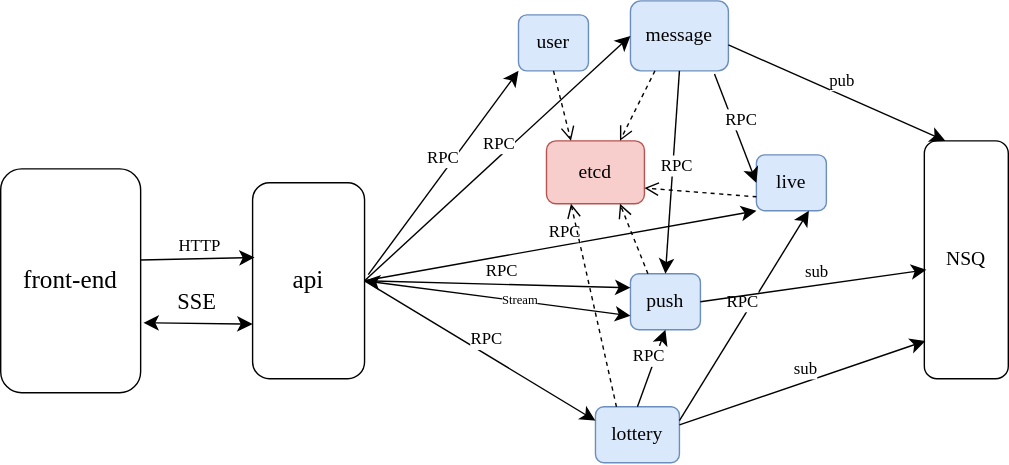
Earlier version of the draw.io export static/images/service_relations.svg (jizizr/goligoli). Source tidied: cells renumbered, new cells last; positions are measured from the earlier drawing's top-left corner, leaving out a move shared by most shapes. Source of this version:
```xml
<mxGraphModel>
  <root>
    <mxCell id="0" />
    <mxCell id="1" parent="0" />
    <mxCell id="2" value="&lt;font style=&quot;font-size: 18px;&quot; face=&quot;Comic Sans MS&quot;&gt;front-end&lt;/font&gt;" style="rounded=1;whiteSpace=wrap;html=1;" parent="1" vertex="1">
      <mxGeometry y="120" width="100" height="160" as="geometry" />
    </mxCell>
    <mxCell id="3" value="&lt;font style=&quot;font-size: 18px;&quot; face=&quot;Comic Sans MS&quot;&gt;api&lt;/font&gt;" style="rounded=1;whiteSpace=wrap;html=1;" parent="1" vertex="1">
      <mxGeometry x="180" y="130" width="80" height="140" as="geometry" />
    </mxCell>
    <mxCell id="4" style="endArrow=classic;html=1;rounded=0;fontSize=12;startSize=8;endSize=8;curved=1;entryX=0.018;entryY=0.381;entryDx=0;entryDy=0;entryPerimeter=0;exitX=1.001;exitY=0.407;exitDx=0;exitDy=0;exitPerimeter=0;" parent="1" edge="1" source="2" target="3">
      <mxGeometry relative="1" as="geometry" />
    </mxCell>
    <mxCell id="5" value="&lt;font face=&quot;Comic Sans MS&quot;&gt;HTTP&lt;/font&gt;" style="edgeLabel;html=1;align=center;verticalAlign=middle;fontSize=12;" parent="4" vertex="1">
      <mxGeometry x="0.03" y="3" relative="1" as="geometry">
        <mxPoint y="-7" as="offset" />
      </mxGeometry>
    </mxCell>
    <mxCell id="6" style="endArrow=classic;html=1;rounded=0;fontSize=12;startSize=8;endSize=8;curved=1;entryX=0;entryY=1;entryDx=0;entryDy=0;exitX=1.033;exitY=0.469;exitDx=0;exitDy=0;exitPerimeter=0;" parent="1" edge="1" source="3" target="10">
      <mxGeometry relative="1" as="geometry" />
    </mxCell>
    <mxCell id="7" value="&lt;font face=&quot;Comic Sans MS&quot;&gt;RPC&lt;/font&gt;" style="edgeLabel;html=1;align=center;verticalAlign=middle;fontSize=12;" parent="6" vertex="1">
      <mxGeometry x="0.03" y="3" relative="1" as="geometry">
        <mxPoint y="-7" as="offset" />
      </mxGeometry>
    </mxCell>
    <mxCell id="8" style="endArrow=classic;startArrow=classic;html=1;rounded=0;fontSize=12;startSize=8;endSize=8;curved=1;exitX=1.009;exitY=0.669;exitDx=0;exitDy=0;exitPerimeter=0;entryX=-0.009;entryY=0.675;entryDx=0;entryDy=0;entryPerimeter=0;" parent="1" edge="1">
      <mxGeometry relative="1" as="geometry">
        <mxPoint x="102" y="230" as="sourcePoint" />
        <mxPoint x="180" y="231" as="targetPoint" />
      </mxGeometry>
    </mxCell>
    <mxCell id="9" value="&lt;font face=&quot;Comic Sans MS&quot;&gt;SSE&lt;/font&gt;" style="text;html=1;align=center;verticalAlign=middle;strokeColor=none;fillColor=none;fontSize=16;" parent="1" vertex="1">
      <mxGeometry x="110" y="200" width="60" height="30" as="geometry" />
    </mxCell>
    <mxCell id="10" value="&lt;font style=&quot;font-size: 14px;&quot; face=&quot;Comic Sans MS&quot;&gt;user&lt;/font&gt;" style="rounded=1;whiteSpace=wrap;html=1;fillColor=#dae8fc;strokeColor=#6c8ebf;" parent="1" vertex="1">
      <mxGeometry x="370" y="10" width="50" height="40" as="geometry" />
    </mxCell>
    <mxCell id="11" value="&lt;font style=&quot;font-size: 14px;&quot; face=&quot;Comic Sans MS&quot;&gt;live&lt;/font&gt;" style="rounded=1;whiteSpace=wrap;html=1;fillColor=#dae8fc;strokeColor=#6c8ebf;" parent="1" vertex="1">
      <mxGeometry x="540" y="110" width="50" height="40" as="geometry" />
    </mxCell>
    <mxCell id="12" value="&lt;font style=&quot;font-size: 14px;&quot; face=&quot;Comic Sans MS&quot;&gt;message&lt;/font&gt;" style="rounded=1;whiteSpace=wrap;html=1;fillColor=#dae8fc;strokeColor=#6c8ebf;" parent="1" vertex="1">
      <mxGeometry x="450" width="70" height="50" as="geometry" />
    </mxCell>
    <mxCell id="13" value="&lt;font style=&quot;font-size: 14px;&quot; face=&quot;Comic Sans MS&quot;&gt;push&lt;/font&gt;" style="rounded=1;whiteSpace=wrap;html=1;fillColor=#dae8fc;strokeColor=#6c8ebf;" parent="1" vertex="1">
      <mxGeometry x="450" y="195" width="50" height="40" as="geometry" />
    </mxCell>
    <mxCell id="14" value="&lt;font style=&quot;font-size: 14px;&quot; face=&quot;Comic Sans MS&quot;&gt;lottery&lt;/font&gt;" style="rounded=1;whiteSpace=wrap;html=1;fillColor=#dae8fc;strokeColor=#6c8ebf;" parent="1" vertex="1">
      <mxGeometry x="425" y="290" width="60" height="40" as="geometry" />
    </mxCell>
    <mxCell id="15" style="endArrow=classic;html=1;rounded=0;fontSize=12;startSize=8;endSize=8;curved=1;entryX=0;entryY=0.5;entryDx=0;entryDy=0;exitX=1;exitY=0.5;exitDx=0;exitDy=0;" parent="1" edge="1" source="3" target="12">
      <mxGeometry relative="1" as="geometry" />
    </mxCell>
    <mxCell id="16" value="&lt;font face=&quot;Comic Sans MS&quot;&gt;RPC&lt;/font&gt;" style="edgeLabel;html=1;align=center;verticalAlign=middle;fontSize=12;" parent="15" vertex="1">
      <mxGeometry x="0.03" y="3" relative="1" as="geometry">
        <mxPoint y="-7" as="offset" />
      </mxGeometry>
    </mxCell>
    <mxCell id="17" style="endArrow=classic;html=1;rounded=0;fontSize=12;startSize=8;endSize=8;curved=1;entryX=0;entryY=1;entryDx=0;entryDy=0;" parent="1" edge="1" target="11">
      <mxGeometry relative="1" as="geometry">
        <mxPoint x="260" y="200" as="sourcePoint" />
      </mxGeometry>
    </mxCell>
    <mxCell id="18" value="&lt;font face=&quot;Comic Sans MS&quot;&gt;RPC&lt;/font&gt;" style="edgeLabel;html=1;align=center;verticalAlign=middle;fontSize=12;" parent="17" vertex="1">
      <mxGeometry x="0.03" y="3" relative="1" as="geometry">
        <mxPoint y="-7" as="offset" />
      </mxGeometry>
    </mxCell>
    <mxCell id="19" style="endArrow=classic;html=1;rounded=0;fontSize=12;startSize=8;endSize=8;curved=1;entryX=0;entryY=0.25;entryDx=0;entryDy=0;exitX=1;exitY=0.5;exitDx=0;exitDy=0;" parent="1" edge="1" source="3" target="13">
      <mxGeometry relative="1" as="geometry" />
    </mxCell>
    <mxCell id="20" value="&lt;font face=&quot;Comic Sans MS&quot;&gt;RPC&lt;/font&gt;" style="edgeLabel;html=1;align=center;verticalAlign=middle;fontSize=12;" parent="19" vertex="1">
      <mxGeometry x="0.03" y="3" relative="1" as="geometry">
        <mxPoint y="-7" as="offset" />
      </mxGeometry>
    </mxCell>
    <mxCell id="21" style="endArrow=classic;html=1;rounded=0;fontSize=12;startSize=8;endSize=8;curved=1;entryX=0;entryY=0.25;entryDx=0;entryDy=0;exitX=1;exitY=0.5;exitDx=0;exitDy=0;" parent="1" edge="1" source="3" target="14">
      <mxGeometry relative="1" as="geometry" />
    </mxCell>
    <mxCell id="22" value="&lt;font face=&quot;Comic Sans MS&quot;&gt;RPC&lt;/font&gt;" style="edgeLabel;html=1;align=center;verticalAlign=middle;fontSize=12;" parent="21" vertex="1">
      <mxGeometry x="0.03" y="3" relative="1" as="geometry">
        <mxPoint y="-7" as="offset" />
      </mxGeometry>
    </mxCell>
    <mxCell id="23" style="endArrow=classic;startArrow=classic;html=1;rounded=0;fontSize=12;startSize=8;endSize=8;curved=1;exitX=1;exitY=0.5;exitDx=0;exitDy=0;entryX=0;entryY=0.75;entryDx=0;entryDy=0;" parent="1" edge="1" source="3" target="13">
      <mxGeometry relative="1" as="geometry" />
    </mxCell>
    <mxCell id="24" value="&lt;font style=&quot;font-size: 9px;&quot; face=&quot;Comic Sans MS&quot;&gt;Stream&lt;/font&gt;" style="edgeLabel;html=1;align=center;verticalAlign=middle;fontSize=12;" parent="23" vertex="1">
      <mxGeometry x="0.3" y="2" relative="1" as="geometry">
        <mxPoint x="-12" y="-2" as="offset" />
      </mxGeometry>
    </mxCell>
    <mxCell id="25" style="endArrow=classic;html=1;rounded=0;fontSize=12;startSize=8;endSize=8;curved=1;entryX=0;entryY=0.5;entryDx=0;entryDy=0;exitX=0.858;exitY=1.044;exitDx=0;exitDy=0;exitPerimeter=0;" parent="1" edge="1" source="12" target="11">
      <mxGeometry relative="1" as="geometry" />
    </mxCell>
    <mxCell id="26" value="&lt;font face=&quot;Comic Sans MS&quot;&gt;RPC&lt;/font&gt;" style="edgeLabel;html=1;align=center;verticalAlign=middle;fontSize=12;" parent="25" vertex="1">
      <mxGeometry x="0.03" y="3" relative="1" as="geometry">
        <mxPoint y="-7" as="offset" />
      </mxGeometry>
    </mxCell>
    <mxCell id="27" style="endArrow=classic;html=1;rounded=0;fontSize=12;startSize=8;endSize=8;curved=1;entryX=0.75;entryY=1;entryDx=0;entryDy=0;exitX=1;exitY=0.25;exitDx=0;exitDy=0;" parent="1" edge="1" source="14" target="11">
      <mxGeometry relative="1" as="geometry" />
    </mxCell>
    <mxCell id="28" value="&lt;font face=&quot;Comic Sans MS&quot;&gt;RPC&lt;/font&gt;" style="edgeLabel;html=1;align=center;verticalAlign=middle;fontSize=12;" parent="27" vertex="1">
      <mxGeometry x="0.03" y="3" relative="1" as="geometry">
        <mxPoint y="-7" as="offset" />
      </mxGeometry>
    </mxCell>
    <mxCell id="29" style="endArrow=classic;html=1;rounded=0;fontSize=12;startSize=8;endSize=8;curved=1;entryX=0.5;entryY=0;entryDx=0;entryDy=0;exitX=0.5;exitY=1;exitDx=0;exitDy=0;" parent="1" edge="1" source="12" target="13">
      <mxGeometry relative="1" as="geometry" />
    </mxCell>
    <mxCell id="30" value="&lt;font face=&quot;Comic Sans MS&quot;&gt;RPC&lt;/font&gt;" style="edgeLabel;html=1;align=center;verticalAlign=middle;fontSize=12;" parent="29" vertex="1">
      <mxGeometry x="0.03" y="3" relative="1" as="geometry">
        <mxPoint y="-7" as="offset" />
      </mxGeometry>
    </mxCell>
    <mxCell id="31" style="endArrow=classic;html=1;rounded=0;fontSize=12;startSize=8;endSize=8;curved=1;entryX=0.5;entryY=1;entryDx=0;entryDy=0;exitX=0.5;exitY=0;exitDx=0;exitDy=0;" parent="1" edge="1" source="14" target="13">
      <mxGeometry relative="1" as="geometry" />
    </mxCell>
    <mxCell id="32" value="&lt;font face=&quot;Comic Sans MS&quot;&gt;RPC&lt;/font&gt;" style="edgeLabel;html=1;align=center;verticalAlign=middle;fontSize=12;" parent="31" vertex="1">
      <mxGeometry x="0.03" y="3" relative="1" as="geometry">
        <mxPoint y="-7" as="offset" />
      </mxGeometry>
    </mxCell>
    <mxCell id="33" value="&lt;font style=&quot;font-size: 14px;&quot; face=&quot;Comic Sans MS&quot;&gt;NSQ&lt;/font&gt;" style="rounded=1;whiteSpace=wrap;html=1;" parent="1" vertex="1">
      <mxGeometry x="660" y="100" width="60" height="170" as="geometry" />
    </mxCell>
    <mxCell id="34" value="&lt;font style=&quot;font-size: 14px;&quot; face=&quot;Comic Sans MS&quot;&gt;etcd&lt;/font&gt;" style="rounded=1;whiteSpace=wrap;html=1;fillColor=#f8cecc;strokeColor=#b85450;" parent="1" vertex="1">
      <mxGeometry x="390" y="100" width="70" height="45" as="geometry" />
    </mxCell>
    <mxCell id="35" style="edgeStyle=none;curved=1;rounded=0;orthogonalLoop=1;jettySize=auto;html=1;exitX=0.5;exitY=1;exitDx=0;exitDy=0;fontSize=12;startSize=8;endSize=8;" parent="1" edge="1" source="34" target="34">
      <mxGeometry relative="1" as="geometry" />
    </mxCell>
    <mxCell id="36" style="endArrow=open;html=1;rounded=0;fontSize=12;startSize=8;endSize=8;curved=1;entryX=0.25;entryY=0;entryDx=0;entryDy=0;dashed=1;exitX=0.5;exitY=1;exitDx=0;exitDy=0;endFill=0;" parent="1" edge="1" source="10" target="34">
      <mxGeometry relative="1" as="geometry" />
    </mxCell>
    <mxCell id="37" style="endArrow=open;html=1;rounded=0;fontSize=12;startSize=8;endSize=8;curved=1;entryX=0.75;entryY=0;entryDx=0;entryDy=0;dashed=1;exitX=0.25;exitY=1;exitDx=0;exitDy=0;endFill=0;" parent="1" edge="1" source="12" target="34">
      <mxGeometry relative="1" as="geometry" />
    </mxCell>
    <mxCell id="38" style="endArrow=open;html=1;rounded=0;fontSize=12;startSize=8;endSize=8;curved=1;entryX=1;entryY=0.75;entryDx=0;entryDy=0;dashed=1;exitX=0;exitY=0.75;exitDx=0;exitDy=0;endFill=0;" parent="1" edge="1" source="11" target="34">
      <mxGeometry relative="1" as="geometry" />
    </mxCell>
    <mxCell id="39" style="endArrow=open;html=1;rounded=0;fontSize=12;startSize=8;endSize=8;curved=1;entryX=0.75;entryY=1;entryDx=0;entryDy=0;dashed=1;exitX=0.25;exitY=0;exitDx=0;exitDy=0;endFill=0;" parent="1" edge="1" source="13" target="34">
      <mxGeometry relative="1" as="geometry" />
    </mxCell>
    <mxCell id="40" style="endArrow=open;html=1;rounded=0;fontSize=12;startSize=8;endSize=8;curved=1;entryX=0.25;entryY=1;entryDx=0;entryDy=0;dashed=1;exitX=0.25;exitY=0;exitDx=0;exitDy=0;endFill=0;" parent="1" edge="1" source="14" target="34">
      <mxGeometry relative="1" as="geometry" />
    </mxCell>
    <mxCell id="41" style="endArrow=classic;html=1;rounded=0;fontSize=12;startSize=8;endSize=8;curved=1;entryX=0.025;entryY=0.542;entryDx=0;entryDy=0;exitX=1;exitY=0.5;exitDx=0;exitDy=0;entryPerimeter=0;" parent="1" edge="1" source="13" target="33">
      <mxGeometry relative="1" as="geometry" />
    </mxCell>
    <mxCell id="42" value="&lt;font face=&quot;Comic Sans MS&quot;&gt;sub&lt;/font&gt;" style="edgeLabel;html=1;align=center;verticalAlign=middle;fontSize=12;" parent="41" vertex="1">
      <mxGeometry x="0.03" y="3" relative="1" as="geometry">
        <mxPoint y="-7" as="offset" />
      </mxGeometry>
    </mxCell>
    <mxCell id="43" style="endArrow=classic;html=1;rounded=0;fontSize=12;startSize=8;endSize=8;curved=1;entryX=0.013;entryY=0.841;entryDx=0;entryDy=0;exitX=1;exitY=0.5;exitDx=0;exitDy=0;entryPerimeter=0;" parent="1" edge="1" target="33">
      <mxGeometry relative="1" as="geometry">
        <mxPoint x="485" y="303" as="sourcePoint" />
      </mxGeometry>
    </mxCell>
    <mxCell id="44" value="&lt;font face=&quot;Comic Sans MS&quot;&gt;sub&lt;/font&gt;" style="edgeLabel;html=1;align=center;verticalAlign=middle;fontSize=12;" parent="43" vertex="1">
      <mxGeometry x="0.03" y="3" relative="1" as="geometry">
        <mxPoint y="-7" as="offset" />
      </mxGeometry>
    </mxCell>
    <mxCell id="45" style="endArrow=classic;html=1;rounded=0;fontSize=12;startSize=8;endSize=8;curved=1;entryX=0.25;entryY=0;entryDx=0;entryDy=0;exitX=1;exitY=0.5;exitDx=0;exitDy=0;" parent="1" edge="1" target="33">
      <mxGeometry relative="1" as="geometry">
        <mxPoint x="520" y="31.5" as="sourcePoint" />
      </mxGeometry>
    </mxCell>
    <mxCell id="46" value="&lt;font face=&quot;Comic Sans MS&quot;&gt;pub&lt;/font&gt;" style="edgeLabel;html=1;align=center;verticalAlign=middle;fontSize=12;" parent="45" vertex="1">
      <mxGeometry x="0.03" y="3" relative="1" as="geometry">
        <mxPoint y="-7" as="offset" />
      </mxGeometry>
    </mxCell>
  </root>
</mxGraphModel>
```
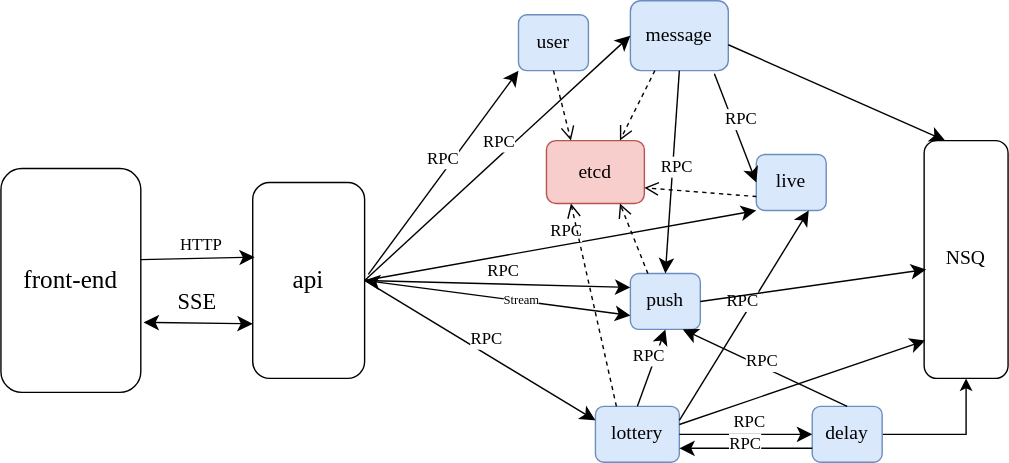
After the change.

Change to the diagram source:
```diff
@@ -149,30 +149,45 @@
     <mxCell id="41" style="endArrow=classic;html=1;rounded=0;fontSize=12;startSize=8;endSize=8;curved=1;entryX=0.025;entryY=0.542;entryDx=0;entryDy=0;exitX=1;exitY=0.5;exitDx=0;exitDy=0;entryPerimeter=0;" parent="1" edge="1" source="13" target="33">
       <mxGeometry relative="1" as="geometry" />
     </mxCell>
-    <mxCell id="42" value="&lt;font face=&quot;Comic Sans MS&quot;&gt;sub&lt;/font&gt;" style="edgeLabel;html=1;align=center;verticalAlign=middle;fontSize=12;" parent="41" vertex="1">
-      <mxGeometry x="0.03" y="3" relative="1" as="geometry">
-        <mxPoint y="-7" as="offset" />
-      </mxGeometry>
-    </mxCell>
     <mxCell id="43" style="endArrow=classic;html=1;rounded=0;fontSize=12;startSize=8;endSize=8;curved=1;entryX=0.013;entryY=0.841;entryDx=0;entryDy=0;exitX=1;exitY=0.5;exitDx=0;exitDy=0;entryPerimeter=0;" parent="1" edge="1" target="33">
       <mxGeometry relative="1" as="geometry">
         <mxPoint x="485" y="303" as="sourcePoint" />
       </mxGeometry>
     </mxCell>
-    <mxCell id="44" value="&lt;font face=&quot;Comic Sans MS&quot;&gt;sub&lt;/font&gt;" style="edgeLabel;html=1;align=center;verticalAlign=middle;fontSize=12;" parent="43" vertex="1">
-      <mxGeometry x="0.03" y="3" relative="1" as="geometry">
-        <mxPoint y="-7" as="offset" />
-      </mxGeometry>
-    </mxCell>
     <mxCell id="45" style="endArrow=classic;html=1;rounded=0;fontSize=12;startSize=8;endSize=8;curved=1;entryX=0.25;entryY=0;entryDx=0;entryDy=0;exitX=1;exitY=0.5;exitDx=0;exitDy=0;" parent="1" edge="1" target="33">
       <mxGeometry relative="1" as="geometry">
         <mxPoint x="520" y="31.5" as="sourcePoint" />
       </mxGeometry>
     </mxCell>
-    <mxCell id="46" value="&lt;font face=&quot;Comic Sans MS&quot;&gt;pub&lt;/font&gt;" style="edgeLabel;html=1;align=center;verticalAlign=middle;fontSize=12;" parent="45" vertex="1">
-      <mxGeometry x="0.03" y="3" relative="1" as="geometry">
-        <mxPoint y="-7" as="offset" />
-      </mxGeometry>
-    </mxCell>
+    <mxCell id="47" style="edgeStyle=orthogonalEdgeStyle;rounded=0;jettySize=auto;html=1;exitX=1;exitY=0.5;exitDx=0;exitDy=0;" parent="1" edge="1" source="48" target="33">
+      <mxGeometry relative="1" as="geometry" />
+    </mxCell>
+    <mxCell id="48" value="&lt;font style=&quot;font-size: 14px;&quot; face=&quot;Comic Sans MS&quot;&gt;delay&lt;/font&gt;" style="rounded=1;whiteSpace=wrap;html=1;fillColor=#dae8fc;strokeColor=#6c8ebf;" parent="1" vertex="1">
+      <mxGeometry x="580" y="290" width="50" height="40" as="geometry" />
+    </mxCell>
+    <mxCell id="49" style="endArrow=classic;html=1;rounded=0;fontSize=12;startSize=8;endSize=8;curved=1;entryX=0;entryY=0.5;entryDx=0;entryDy=0;exitX=1;exitY=0.5;exitDx=0;exitDy=0;" parent="1" edge="1" source="14" target="48">
+      <mxGeometry relative="1" as="geometry" />
+    </mxCell>
+    <mxCell id="50" value="&lt;font face=&quot;Comic Sans MS&quot;&gt;RPC&lt;/font&gt;" style="edgeLabel;html=1;align=center;verticalAlign=middle;fontSize=12;" parent="49" vertex="1">
+      <mxGeometry x="0.03" y="3" relative="1" as="geometry">
+        <mxPoint y="-7" as="offset" />
+      </mxGeometry>
+    </mxCell>
+    <mxCell id="51" style="endArrow=classic;html=1;rounded=0;fontSize=12;startSize=8;endSize=8;curved=1;entryX=1;entryY=0.75;entryDx=0;entryDy=0;exitX=0;exitY=0.75;exitDx=0;exitDy=0;" parent="1" edge="1" source="48" target="14">
+      <mxGeometry relative="1" as="geometry" />
+    </mxCell>
+    <mxCell id="52" value="&lt;font face=&quot;Comic Sans MS&quot;&gt;RPC&lt;/font&gt;" style="edgeLabel;html=1;align=center;verticalAlign=middle;fontSize=12;" parent="51" vertex="1">
+      <mxGeometry x="0.03" y="3" relative="1" as="geometry">
+        <mxPoint y="-7" as="offset" />
+      </mxGeometry>
+    </mxCell>
+    <mxCell id="53" style="endArrow=classic;html=1;rounded=0;fontSize=12;startSize=8;endSize=8;curved=1;entryX=0.75;entryY=1;entryDx=0;entryDy=0;exitX=0.5;exitY=0;exitDx=0;exitDy=0;" parent="1" edge="1" source="48" target="13">
+      <mxGeometry relative="1" as="geometry" />
+    </mxCell>
+    <mxCell id="54" value="&lt;font face=&quot;Comic Sans MS&quot;&gt;RPC&lt;/font&gt;" style="edgeLabel;html=1;align=center;verticalAlign=middle;fontSize=12;" parent="53" vertex="1">
+      <mxGeometry x="0.03" y="3" relative="1" as="geometry">
+        <mxPoint y="-7" as="offset" />
+      </mxGeometry>
+    </mxCell>
   </root>
 </mxGraphModel>
```
